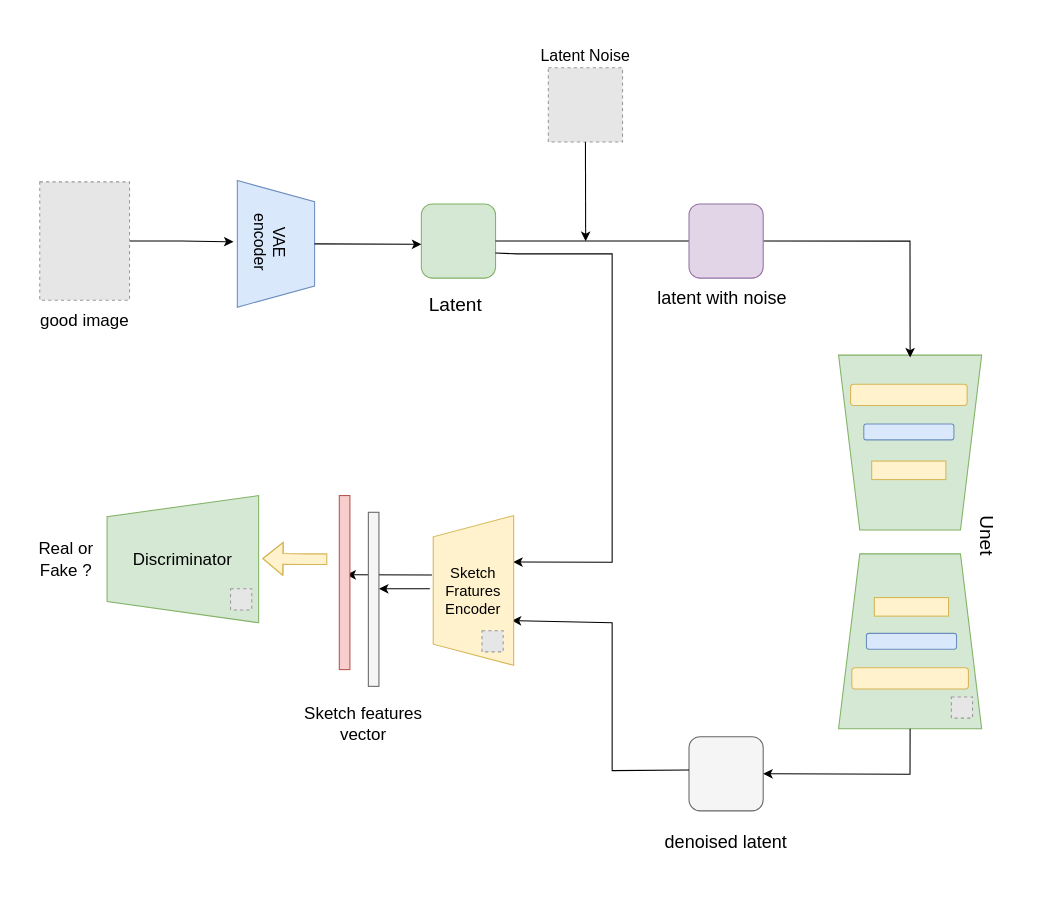
Sinon0919/SwartArt keeps this draw.io diagram as drawio/2025.03.04.drawio. Above is the earlier version. Source tidied: cells renumbered, new cells numbered last; positions are measured from the earlier drawing's top-left corner, leaving out a move shared by most shapes. Both pictures are drawn from the tidied source at 106%, with x=0, y=0 at pixel (18, 18). Pictures stored in the file or linked from it are replaced by grey dashed boxes.
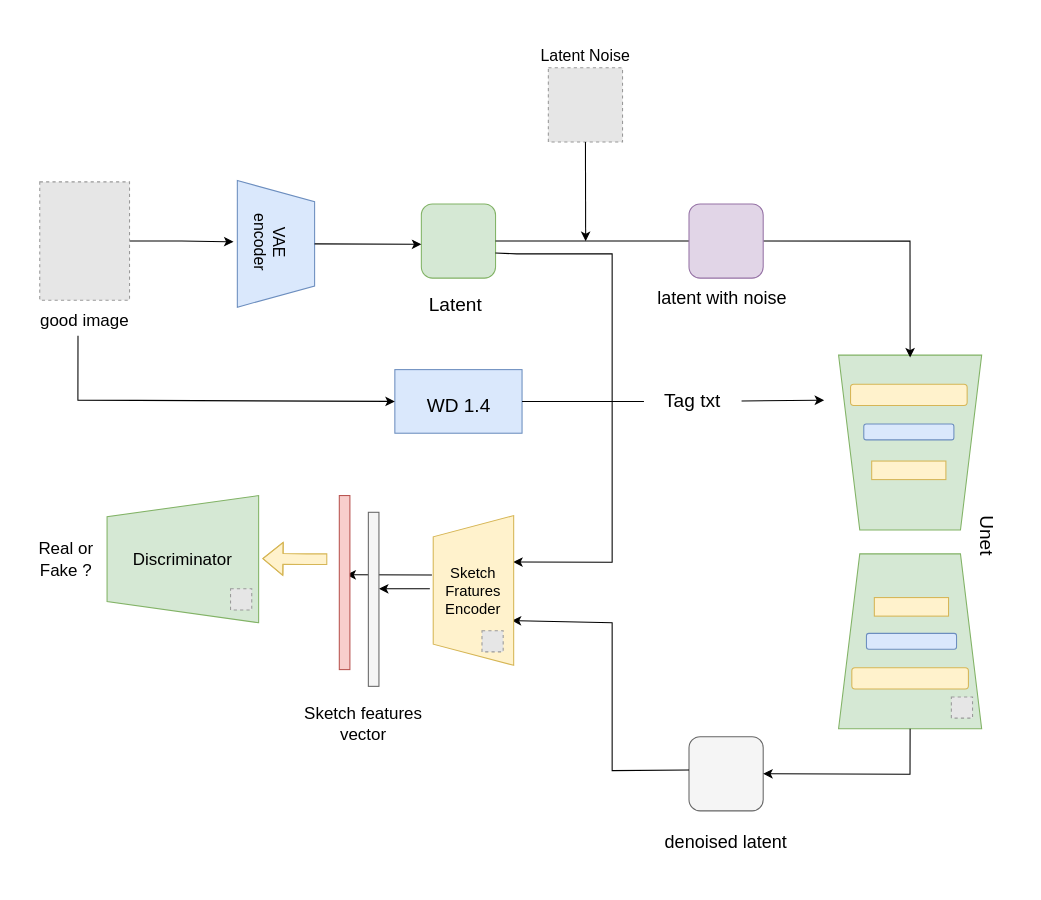
The same diagram, later.

The change refers to these unchanged cells:
```xml
<mxCell id="8" value="&lt;font style=&quot;font-size: 16px;&quot;&gt;good image&lt;/font&gt;" style="text;strokeColor=none;align=center;fillColor=none;html=1;verticalAlign=middle;whiteSpace=wrap;rounded=0;" parent="1" vertex="1">
  <mxGeometry x="15.9" y="270" width="93" height="30" as="geometry" />
</mxCell>
```

The edit, as a diff of the source:
```diff
@@
+    <mxCell id="45" style="rounded=0;whiteSpace=wrap;html=1;fillColor=#dae8fc;strokeColor=#6c8ebf;" parent="1" vertex="1">
+      <mxGeometry x="355" y="331.2" width="120" height="60" as="geometry" />
+    </mxCell>
+    <mxCell id="46" value="&lt;font style=&quot;font-size: 18px;&quot;&gt;WD 1.4&lt;/font&gt;" style="text;strokeColor=none;align=center;fillColor=none;html=1;verticalAlign=middle;whiteSpace=wrap;rounded=0;" parent="1" vertex="1">
+      <mxGeometry x="379.8" y="343.8" width="70.5" height="45" as="geometry" />
+    </mxCell>
+    <mxCell id="47" style="endArrow=classic;html=1;rounded=0;exitX=0.432;exitY=0.978;exitDx=0;exitDy=0;exitPerimeter=0;entryX=0;entryY=0.5;entryDx=0;entryDy=0;" parent="1" edge="1" source="8" target="45">
+      <mxGeometry relative="1" as="geometry">
+        <Array as="points">
+          <mxPoint x="56" y="360" />
+        </Array>
+      </mxGeometry>
+    </mxCell>
+    <mxCell id="48" value="&lt;span style=&quot;font-size: 18px;&quot;&gt;Tag txt&lt;/span&gt;" style="text;strokeColor=none;align=center;fillColor=none;html=1;verticalAlign=middle;whiteSpace=wrap;rounded=0;" parent="1" vertex="1">
+      <mxGeometry x="590" y="340" width="92.1" height="42.5" as="geometry" />
+    </mxCell>
+    <mxCell id="49" style="endArrow=none;html=1;rounded=0;exitX=1;exitY=0.5;exitDx=0;exitDy=0;entryX=0;entryY=0.5;entryDx=0;entryDy=0;" parent="1" edge="1" source="45" target="48">
+      <mxGeometry relative="1" as="geometry" />
+    </mxCell>
+    <mxCell id="50" style="endArrow=classic;html=1;rounded=0;" parent="1" edge="1" source="48">
+      <mxGeometry relative="1" as="geometry">
+        <mxPoint x="760" y="360" as="targetPoint" />
+      </mxGeometry>
+    </mxCell>
```
